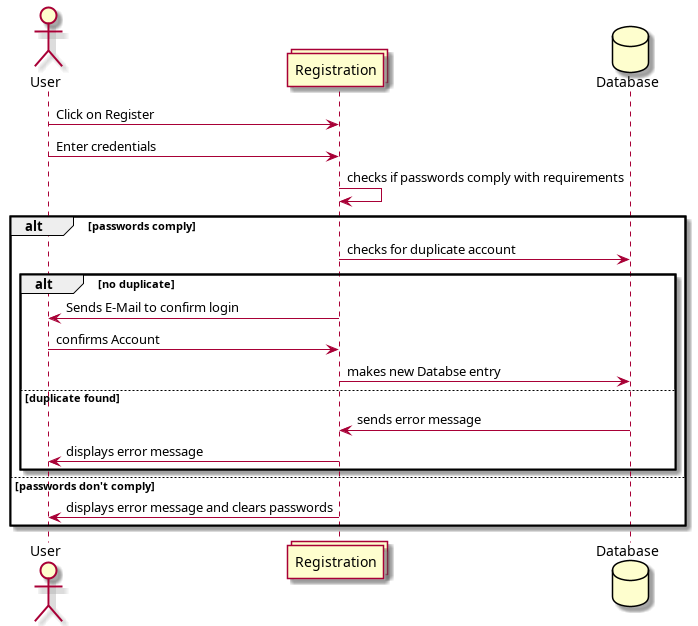
Earlier version of the PlantUML export Diagramme/Sequenzdiagramme/registrationPage.png (dhbw-ka-tinf22b5-dinder/Dinder-SRS).
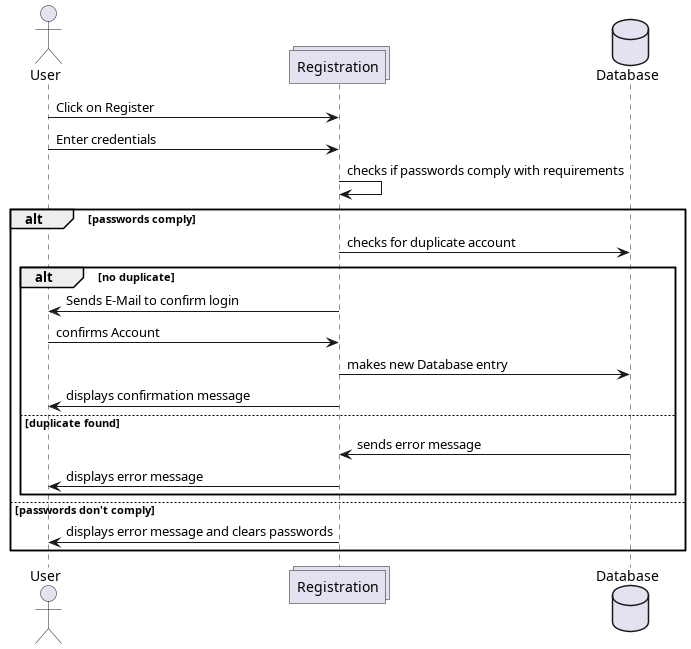
The same file after the commit.

Diff of the diagram source:
```diff
@@ -11,7 +11,8 @@
   alt no duplicate
     Registration -> User : Sends E-Mail to confirm login
     User -> Registration : confirms Account
-    Registration -> Database : makes new Databse entry
+    Registration -> Database : makes new Database entry
+    Registration -> User: displays confirmation message
   else duplicate found
     Database -> Registration : sends error message
     Registration -> User : displays error message
```
